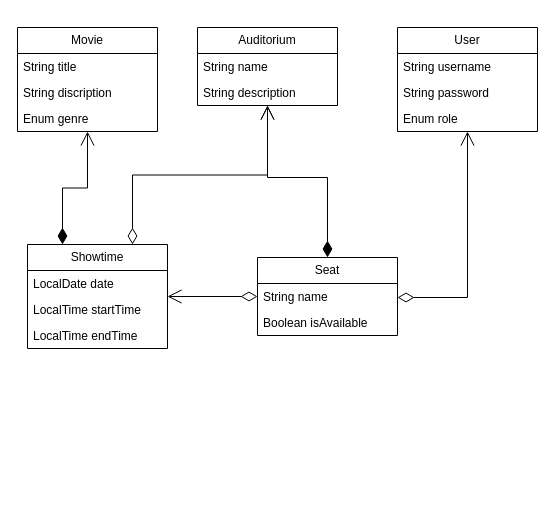
This is diagrams/domain-diagram.drawio from MykhailoTiutiun/movie-reservation-system, a draw.io file, before an edit. Source tidied: cells renumbered, new cells numbered last; positions are measured from the earlier drawing's top-left corner, leaving out a move shared by most shapes. Both pictures are drawn from the tidied source at 100%, with x=0, y=0 at pixel (17, 27).
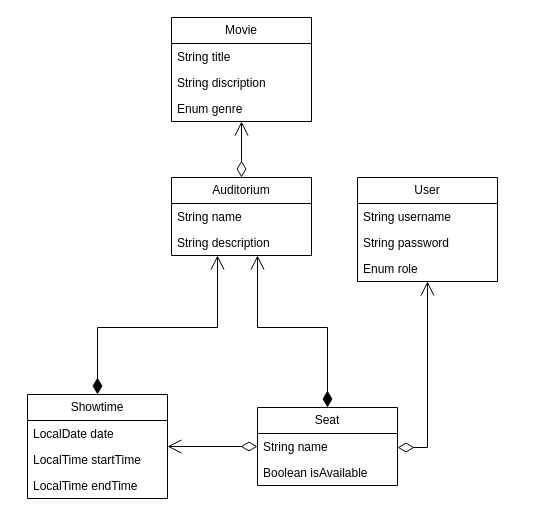
The same page after the edit.

Diff of the diagram source:
```diff
@@
     <mxCell id="2" value="User" style="swimlane;fontStyle=0;horizontal=1;startSize=26;fillColor=none;whiteSpace=wrap;html=1;" parent="1" vertex="1">
-      <mxGeometry x="380" width="140" height="104" as="geometry" />
+      <mxGeometry x="340" y="150" width="140" height="104" as="geometry" />
     </mxCell>
@@
     <mxCell id="6" value="Movie" style="swimlane;fontStyle=0;horizontal=1;startSize=26;fillColor=none;whiteSpace=wrap;html=1;" parent="1" vertex="1">
-      <mxGeometry width="140" height="104" as="geometry" />
+      <mxGeometry x="154" y="-10" width="140" height="104" as="geometry" />
     </mxCell>
@@
     <mxCell id="10" value="Auditorium" style="swimlane;fontStyle=0;horizontal=1;startSize=26;fillColor=none;whiteSpace=wrap;html=1;" parent="1" vertex="1">
-      <mxGeometry x="180" width="140" height="78" as="geometry" />
+      <mxGeometry x="154" y="150" width="140" height="78" as="geometry" />
     </mxCell>
@@
     <mxCell id="13" value="Seat" style="swimlane;fontStyle=0;horizontal=1;startSize=26;fillColor=none;whiteSpace=wrap;html=1;" parent="1" vertex="1">
-      <mxGeometry x="240" y="230" width="140" height="78" as="geometry" />
+      <mxGeometry x="240" y="380" width="140" height="78" as="geometry" />
     </mxCell>
@@
     <mxCell id="16" style="endArrow=open;html=1;endSize=12;startArrow=diamondThin;startSize=14;startFill=0;edgeStyle=orthogonalEdgeStyle;rounded=0;" parent="1" edge="1" source="13" target="2">
       <mxGeometry relative="1" as="geometry">
         <Array as="points">
-          <mxPoint x="450" y="270" />
+          <mxPoint x="410" y="420" />
         </Array>
       </mxGeometry>
     </mxCell>
     <mxCell id="17" style="endArrow=open;html=1;endSize=12;startArrow=diamondThin;startSize=14;startFill=1;edgeStyle=orthogonalEdgeStyle;align=left;verticalAlign=bottom;rounded=0;exitX=0.5;exitY=0;exitDx=0;exitDy=0;" parent="1" edge="1" source="13" target="10">
       <mxGeometry x="-0.74" y="-20" relative="1" as="geometry">
         <Array as="points">
-          <mxPoint x="310" y="150" />
-          <mxPoint x="250" y="150" />
+          <mxPoint x="310" y="300" />
+          <mxPoint x="240" y="300" />
         </Array>
       </mxGeometry>
     </mxCell>
     <mxCell id="18" value="Showtime" style="swimlane;fontStyle=0;horizontal=1;startSize=26;fillColor=none;whiteSpace=wrap;html=1;" parent="1" vertex="1">
-      <mxGeometry x="10" y="217" width="140" height="104" as="geometry" />
+      <mxGeometry x="10" y="367" width="140" height="104" as="geometry" />
     </mxCell>
@@
+    <mxCell id="23" style="endArrow=open;html=1;endSize=12;startArrow=diamondThin;startSize=14;startFill=0;edgeStyle=orthogonalEdgeStyle;rounded=0;" parent="1" edge="1" source="13" target="18">
+      <mxGeometry relative="1" as="geometry" />
+    </mxCell>
+    <mxCell id="25" style="endArrow=open;html=1;endSize=12;startArrow=diamondThin;startSize=14;startFill=0;edgeStyle=orthogonalEdgeStyle;rounded=0;" parent="1" edge="1" source="10" target="6">
+      <mxGeometry relative="1" as="geometry" />
+    </mxCell>
-    <mxCell id="22" style="endArrow=open;html=1;endSize=12;startArrow=diamondThin;startSize=14;startFill=0;edgeStyle=orthogonalEdgeStyle;rounded=0;exitX=0.75;exitY=0;exitDx=0;exitDy=0;" parent="1" edge="1" source="18" target="10">
-      <mxGeometry relative="1" as="geometry" />
+    <mxCell id="22" style="endArrow=open;html=1;endSize=12;startArrow=diamondThin;startSize=14;startFill=1;edgeStyle=orthogonalEdgeStyle;align=left;verticalAlign=bottom;rounded=0;" parent="1" edge="1" source="18" target="10">
+      <mxGeometry x="-1" y="3" relative="1" as="geometry">
+        <Array as="points">
+          <mxPoint x="80" y="300" />
+          <mxPoint x="200" y="300" />
+        </Array>
+      </mxGeometry>
     </mxCell>
-    <mxCell id="23" style="endArrow=open;html=1;endSize=12;startArrow=diamondThin;startSize=14;startFill=0;edgeStyle=orthogonalEdgeStyle;rounded=0;" parent="1" edge="1" source="13" target="18">
-      <mxGeometry relative="1" as="geometry" />
-    </mxCell>
-    <mxCell id="24" style="endArrow=open;html=1;endSize=12;startArrow=diamondThin;startSize=14;startFill=1;edgeStyle=orthogonalEdgeStyle;align=left;verticalAlign=bottom;rounded=0;exitX=0.25;exitY=0;exitDx=0;exitDy=0;" parent="1" edge="1" source="18" target="6">
-      <mxGeometry x="-1" y="3" relative="1" as="geometry" />
-    </mxCell>
```
